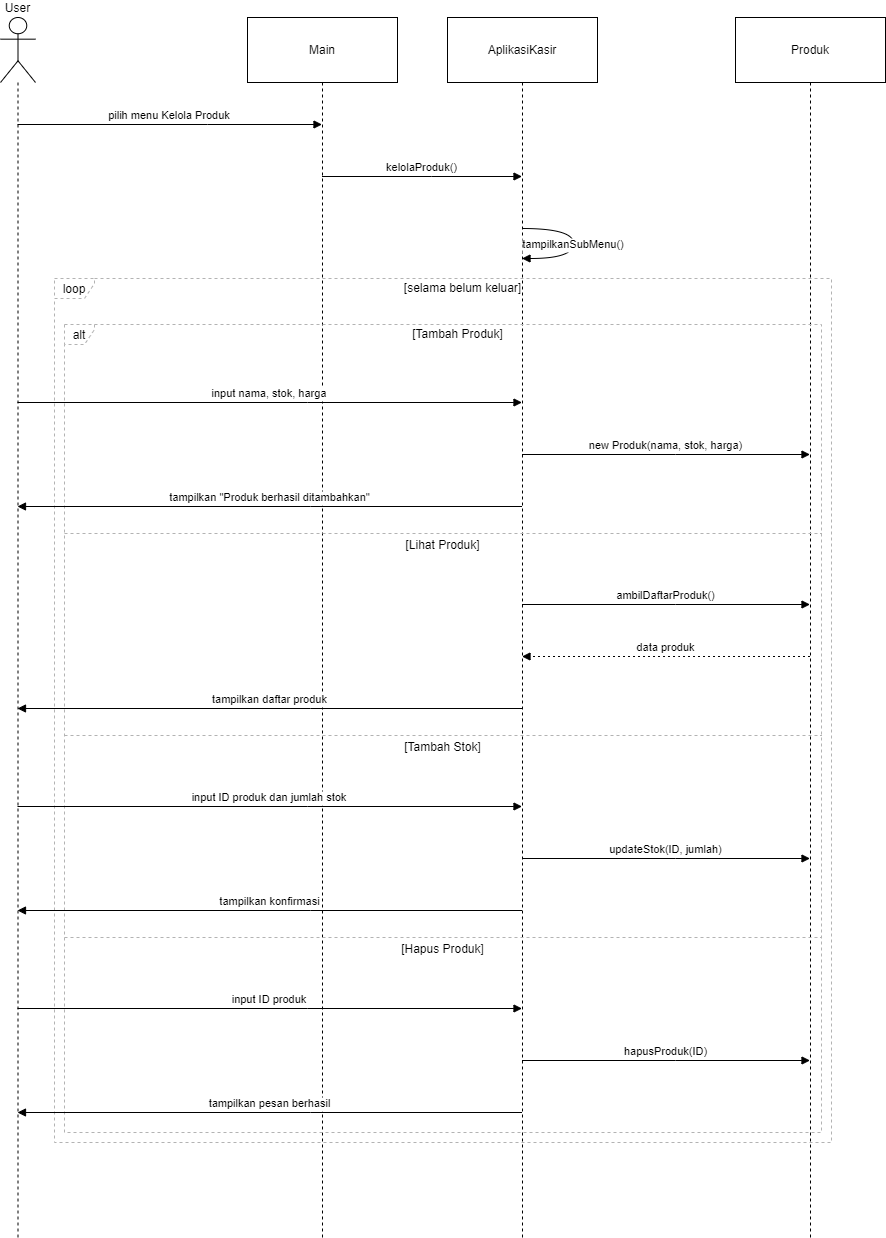
Earlier version of the draw.io export gambar/SequenceDiagramKelolaDataProduk.drawio.png (siskaoktaviani24-alt/2403004_UTS_PBO). Source tidied: cells renumbered, new cells last; positions are measured from the earlier drawing's top-left corner, leaving out a move shared by most shapes.
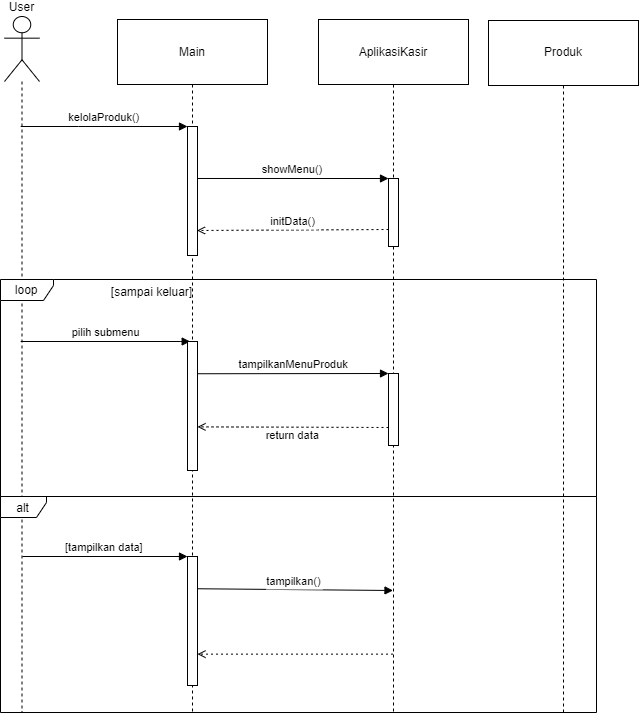
The same file after the commit.

Diff of the diagram source:
```diff
@@ -3,143 +3,97 @@
     <mxCell id="0" />
     <mxCell id="1" parent="0" />
     <mxCell id="2" value="User" style="shape=umlLifeline;perimeter=lifelinePerimeter;whiteSpace=wrap;outlineConnect=0;portConstraint=eastwest;newEdgeStyle={&quot;edgeStyle&quot;:&quot;elbowEdgeStyle&quot;,&quot;elbow&quot;:&quot;vertical&quot;,&quot;curved&quot;:0,&quot;rounded&quot;:0};participant=umlActor;verticalAlign=bottom;labelPosition=center;verticalLabelPosition=top;align=center;size=65;" parent="1" vertex="1">
-      <mxGeometry width="35" height="1220" as="geometry" />
+      <mxGeometry x="133" y="-3" width="35" height="696" as="geometry" />
     </mxCell>
     <mxCell id="3" value="Main" style="shape=umlLifeline;perimeter=lifelinePerimeter;whiteSpace=wrap;outlineConnect=0;portConstraint=eastwest;newEdgeStyle={&quot;edgeStyle&quot;:&quot;elbowEdgeStyle&quot;,&quot;elbow&quot;:&quot;vertical&quot;,&quot;curved&quot;:0,&quot;rounded&quot;:0};size=65;" parent="1" vertex="1">
-      <mxGeometry x="247" width="150" height="1220" as="geometry" />
+      <mxGeometry x="246" width="150" height="694" as="geometry" />
     </mxCell>
     <mxCell id="4" value="AplikasiKasir" style="shape=umlLifeline;perimeter=lifelinePerimeter;whiteSpace=wrap;outlineConnect=0;portConstraint=eastwest;newEdgeStyle={&quot;edgeStyle&quot;:&quot;elbowEdgeStyle&quot;,&quot;elbow&quot;:&quot;vertical&quot;,&quot;curved&quot;:0,&quot;rounded&quot;:0};size=65;" parent="1" vertex="1">
-      <mxGeometry x="447" width="150" height="1220" as="geometry" />
+      <mxGeometry x="447" width="150" height="694" as="geometry" />
     </mxCell>
     <mxCell id="5" value="Produk" style="shape=umlLifeline;perimeter=lifelinePerimeter;whiteSpace=wrap;outlineConnect=0;portConstraint=eastwest;newEdgeStyle={&quot;edgeStyle&quot;:&quot;elbowEdgeStyle&quot;,&quot;elbow&quot;:&quot;vertical&quot;,&quot;curved&quot;:0,&quot;rounded&quot;:0};size=65;" parent="1" vertex="1">
-      <mxGeometry x="735" width="150" height="1220" as="geometry" />
+      <mxGeometry x="617" y="1" width="150" height="693" as="geometry" />
     </mxCell>
-    <mxCell id="6" value="alt" style="shape=umlFrame;dashed=1;strokeColor=#B3B3B3;height=20;width=30;" parent="1" vertex="1">
-      <mxGeometry x="64" y="307" width="757" height="808" as="geometry" />
+    <mxCell id="6" value="alt" style="shape=umlFrame;strokeColor=light-dark(#000000, #535353);height=21;width=46;" parent="1" vertex="1">
+      <mxGeometry x="129" y="477" width="596" height="216" as="geometry" />
     </mxCell>
-    <mxCell id="7" value="[Tambah Produk]" style="text;strokeColor=none;fillColor=none;align=center;verticalAlign=middle;whiteSpace=wrap;" parent="6" vertex="1">
-      <mxGeometry x="30" width="727" height="20" as="geometry" />
-    </mxCell>
-    <mxCell id="8" value="[Lihat Produk]" style="shape=line;dashed=1;whiteSpace=wrap;verticalAlign=top;labelPosition=center;verticalLabelPosition=middle;align=center;strokeColor=#B3B3B3;" parent="6" vertex="1">
-      <mxGeometry y="207" width="757" height="4" as="geometry" />
-    </mxCell>
-    <mxCell id="9" value="[Tambah Stok]" style="shape=line;dashed=1;whiteSpace=wrap;verticalAlign=top;labelPosition=center;verticalLabelPosition=middle;align=center;strokeColor=#B3B3B3;" parent="6" vertex="1">
-      <mxGeometry y="409" width="757" height="4" as="geometry" />
-    </mxCell>
-    <mxCell id="10" value="[Hapus Produk]" style="shape=line;dashed=1;whiteSpace=wrap;verticalAlign=top;labelPosition=center;verticalLabelPosition=middle;align=center;strokeColor=#B3B3B3;" parent="6" vertex="1">
-      <mxGeometry y="611" width="757" height="4" as="geometry" />
-    </mxCell>
-    <mxCell id="11" value="loop" style="shape=umlFrame;dashed=1;strokeColor=#B3B3B3;height=20;width=40;" parent="1" vertex="1">
-      <mxGeometry x="54" y="261" width="777" height="864" as="geometry" />
+    <mxCell id="11" value="loop" style="shape=umlFrame;strokeColor=light-dark(#000000, #535353);height=21;width=53;" parent="1" vertex="1">
+      <mxGeometry x="129" y="260" width="596" height="217" as="geometry" />
     </mxCell>
-    <mxCell id="12" value="[selama belum keluar]" style="text;strokeColor=none;fillColor=none;align=center;verticalAlign=middle;whiteSpace=wrap;" parent="11" vertex="1">
-      <mxGeometry x="40" width="737" height="20" as="geometry" />
+    <mxCell id="12" value="[sampai keluar]" style="text;strokeColor=none;fillColor=none;align=center;verticalAlign=middle;whiteSpace=wrap;" parent="11" vertex="1">
+      <mxGeometry x="108.4" y="10" width="87.4" height="5" as="geometry" />
     </mxCell>
-    <mxCell id="13" value="pilih menu Kelola Produk" style="verticalAlign=bottom;edgeStyle=elbowEdgeStyle;elbow=vertical;curved=0;rounded=0;endArrow=block;" parent="1" edge="1" source="2" target="3">
+    <mxCell id="13" value="kelolaProduk()" style="verticalAlign=bottom;edgeStyle=elbowEdgeStyle;elbow=vertical;curved=0;rounded=0;endArrow=block;entryX=0;entryY=1;entryDx=0;entryDy=0;" parent="1" edge="1" source="2" target="29">
       <mxGeometry relative="1" as="geometry">
         <Array as="points">
           <mxPoint x="207" y="107" />
         </Array>
       </mxGeometry>
     </mxCell>
-    <mxCell id="14" value="kelolaProduk()" style="verticalAlign=bottom;edgeStyle=elbowEdgeStyle;elbow=vertical;curved=0;rounded=0;endArrow=block;" parent="1" edge="1" source="3" target="4">
+    <mxCell id="14" value="showMenu()" style="verticalAlign=bottom;edgeStyle=elbowEdgeStyle;elbow=vertical;curved=0;rounded=0;endArrow=block;exitX=0.403;exitY=-0.044;exitDx=0;exitDy=0;exitPerimeter=0;entryX=0;entryY=1;entryDx=0;entryDy=0;" parent="1" edge="1" source="29" target="30">
       <mxGeometry relative="1" as="geometry">
         <Array as="points">
           <mxPoint x="431" y="159" />
         </Array>
       </mxGeometry>
     </mxCell>
-    <mxCell id="15" value="tampilkanSubMenu()" style="curved=1;endArrow=block;rounded=0;" parent="1" edge="1" source="4" target="4">
-      <mxGeometry relative="1" as="geometry">
-        <Array as="points">
-          <mxPoint x="573" y="211" />
-          <mxPoint x="573" y="241" />
-        </Array>
-      </mxGeometry>
-    </mxCell>
-    <mxCell id="16" value="input nama, stok, harga" style="verticalAlign=bottom;edgeStyle=elbowEdgeStyle;elbow=vertical;curved=0;rounded=0;endArrow=block;" parent="1" edge="1" source="2" target="4">
+    <mxCell id="16" value="pilih submenu" style="verticalAlign=bottom;edgeStyle=elbowEdgeStyle;elbow=vertical;curved=0;rounded=0;endArrow=block;" parent="1" edge="1" source="2">
       <mxGeometry relative="1" as="geometry">
+        <mxPoint x="318.7" y="322" as="targetPoint" />
         <Array as="points">
-          <mxPoint x="307" y="385" />
+          <mxPoint x="308.7" y="322" />
         </Array>
       </mxGeometry>
     </mxCell>
-    <mxCell id="17" value="new Produk(nama, stok, harga)" style="verticalAlign=bottom;edgeStyle=elbowEdgeStyle;elbow=vertical;curved=0;rounded=0;endArrow=block;" parent="1" edge="1" source="4" target="5">
-      <mxGeometry relative="1" as="geometry">
-        <Array as="points">
-          <mxPoint x="675" y="437" />
-        </Array>
-      </mxGeometry>
-    </mxCell>
-    <mxCell id="18" value="tampilkan &quot;Produk berhasil ditambahkan&quot;" style="verticalAlign=bottom;edgeStyle=elbowEdgeStyle;elbow=vertical;curved=0;rounded=0;endArrow=block;" parent="1" edge="1" source="4" target="2">
-      <mxGeometry relative="1" as="geometry">
-        <Array as="points">
-          <mxPoint x="310" y="489" />
-        </Array>
-      </mxGeometry>
-    </mxCell>
-    <mxCell id="19" value="ambilDaftarProduk()" style="verticalAlign=bottom;edgeStyle=elbowEdgeStyle;elbow=vertical;curved=0;rounded=0;endArrow=block;" parent="1" edge="1" source="4" target="5">
-      <mxGeometry relative="1" as="geometry">
-        <Array as="points">
-          <mxPoint x="675" y="587" />
-        </Array>
-      </mxGeometry>
-    </mxCell>
-    <mxCell id="20" value="data produk" style="verticalAlign=bottom;edgeStyle=elbowEdgeStyle;elbow=vertical;curved=0;rounded=0;dashed=1;dashPattern=2 3;endArrow=block;" parent="1" edge="1" source="5" target="4">
-      <mxGeometry relative="1" as="geometry">
-        <Array as="points">
-          <mxPoint x="678" y="639" />
-        </Array>
-      </mxGeometry>
-    </mxCell>
-    <mxCell id="21" value="tampilkan daftar produk" style="verticalAlign=bottom;edgeStyle=elbowEdgeStyle;elbow=vertical;curved=0;rounded=0;endArrow=block;" parent="1" edge="1" source="4" target="2">
-      <mxGeometry relative="1" as="geometry">
-        <Array as="points">
-          <mxPoint x="310" y="691" />
-        </Array>
-      </mxGeometry>
-    </mxCell>
-    <mxCell id="22" value="input ID produk dan jumlah stok" style="verticalAlign=bottom;edgeStyle=elbowEdgeStyle;elbow=vertical;curved=0;rounded=0;endArrow=block;" parent="1" edge="1" source="2" target="4">
-      <mxGeometry relative="1" as="geometry">
-        <Array as="points">
-          <mxPoint x="307" y="789" />
-        </Array>
-      </mxGeometry>
-    </mxCell>
-    <mxCell id="23" value="updateStok(ID, jumlah)" style="verticalAlign=bottom;edgeStyle=elbowEdgeStyle;elbow=vertical;curved=0;rounded=0;endArrow=block;" parent="1" edge="1" source="4" target="5">
-      <mxGeometry relative="1" as="geometry">
-        <Array as="points">
-          <mxPoint x="675" y="841" />
-        </Array>
-      </mxGeometry>
-    </mxCell>
-    <mxCell id="24" value="tampilkan konfirmasi" style="verticalAlign=bottom;edgeStyle=elbowEdgeStyle;elbow=vertical;curved=0;rounded=0;endArrow=block;" parent="1" edge="1" source="4" target="2">
-      <mxGeometry relative="1" as="geometry">
-        <Array as="points">
-          <mxPoint x="310" y="893" />
-        </Array>
-      </mxGeometry>
-    </mxCell>
-    <mxCell id="25" value="input ID produk" style="verticalAlign=bottom;edgeStyle=elbowEdgeStyle;elbow=vertical;curved=0;rounded=0;endArrow=block;" parent="1" edge="1" source="2" target="4">
-      <mxGeometry relative="1" as="geometry">
-        <Array as="points">
-          <mxPoint x="307" y="991" />
-        </Array>
-      </mxGeometry>
-    </mxCell>
-    <mxCell id="26" value="hapusProduk(ID)" style="verticalAlign=bottom;edgeStyle=elbowEdgeStyle;elbow=vertical;curved=0;rounded=0;endArrow=block;" parent="1" edge="1" source="4" target="5">
-      <mxGeometry relative="1" as="geometry">
-        <Array as="points">
-          <mxPoint x="675" y="1043" />
-        </Array>
-      </mxGeometry>
-    </mxCell>
-    <mxCell id="27" value="tampilkan pesan berhasil" style="verticalAlign=bottom;edgeStyle=elbowEdgeStyle;elbow=vertical;curved=0;rounded=0;endArrow=block;" parent="1" edge="1" source="4" target="2">
-      <mxGeometry relative="1" as="geometry">
-        <Array as="points">
-          <mxPoint x="310" y="1095" />
-        </Array>
-      </mxGeometry>
-    </mxCell>
+    <mxCell id="28" value="initData()" style="verticalAlign=bottom;edgeStyle=elbowEdgeStyle;elbow=vertical;curved=0;rounded=0;dashed=1;dashPattern=2 3;endArrow=open;entryX=0.807;entryY=0.046;entryDx=0;entryDy=0;entryPerimeter=0;exitX=0.75;exitY=1;exitDx=0;exitDy=0;endFill=0;" parent="1" edge="1" source="30" target="29">
+      <mxGeometry relative="1" as="geometry">
+        <Array as="points">
+          <mxPoint x="479" y="211" />
+        </Array>
+      </mxGeometry>
+    </mxCell>
+    <mxCell id="29" style="rounded=0;whiteSpace=wrap;html=1;direction=south;" parent="1" vertex="1">
+      <mxGeometry x="316" y="107" width="10" height="129" as="geometry" />
+    </mxCell>
+    <mxCell id="30" style="rounded=0;whiteSpace=wrap;html=1;direction=south;" parent="1" vertex="1">
+      <mxGeometry x="517" y="159" width="10" height="68" as="geometry" />
+    </mxCell>
+    <mxCell id="31" style="rounded=0;whiteSpace=wrap;html=1;direction=south;" parent="1" vertex="1">
+      <mxGeometry x="316" y="322" width="10" height="129" as="geometry" />
+    </mxCell>
+    <mxCell id="32" value="tampilkanMenuProduk" style="verticalAlign=bottom;edgeStyle=elbowEdgeStyle;elbow=vertical;curved=0;rounded=0;endArrow=block;exitX=0.25;exitY=0;exitDx=0;exitDy=0;entryX=0;entryY=1;entryDx=0;entryDy=0;" parent="1" edge="1" source="31" target="34">
+      <mxGeometry relative="1" as="geometry">
+        <Array as="points">
+          <mxPoint x="495.7" y="354" />
+        </Array>
+      </mxGeometry>
+    </mxCell>
+    <mxCell id="33" value="return data" style="verticalAlign=bottom;edgeStyle=elbowEdgeStyle;elbow=vertical;curved=0;rounded=0;dashed=1;dashPattern=2 3;endArrow=open;entryX=0.667;entryY=0;entryDx=0;entryDy=0;entryPerimeter=0;endFill=0;exitX=0.75;exitY=1;exitDx=0;exitDy=0;" parent="1" edge="1" source="34" target="31">
+      <mxGeometry x="-0.01" y="18" relative="1" as="geometry" />
+    </mxCell>
+    <mxCell id="34" style="rounded=0;whiteSpace=wrap;html=1;direction=south;" parent="1" vertex="1">
+      <mxGeometry x="517" y="354" width="10" height="72" as="geometry" />
+    </mxCell>
+    <mxCell id="35" value="[tampilkan data]" style="verticalAlign=bottom;edgeStyle=elbowEdgeStyle;elbow=vertical;curved=0;rounded=0;endArrow=block;entryX=0;entryY=1;entryDx=0;entryDy=0;" parent="1" edge="1" target="38">
+      <mxGeometry relative="1" as="geometry">
+        <mxPoint x="151" y="537" as="sourcePoint" />
+        <Array as="points">
+          <mxPoint x="309.7" y="537" />
+        </Array>
+      </mxGeometry>
+    </mxCell>
+    <mxCell id="36" value="tampilkan()" style="verticalAlign=bottom;edgeStyle=elbowEdgeStyle;elbow=vertical;curved=0;rounded=0;endArrow=block;exitX=0.25;exitY=0;exitDx=0;exitDy=0;" parent="1" edge="1" source="38" target="4">
+      <mxGeometry relative="1" as="geometry">
+        <Array as="points">
+          <mxPoint x="497.7" y="571" />
+        </Array>
+      </mxGeometry>
+    </mxCell>
+    <mxCell id="37" style="verticalAlign=bottom;edgeStyle=elbowEdgeStyle;elbow=vertical;curved=0;rounded=0;dashed=1;dashPattern=2 3;endArrow=open;entryX=0.75;entryY=0;entryDx=0;entryDy=0;endFill=0;" parent="1" edge="1" source="4" target="38">
+      <mxGeometry x="-0.01" y="18" relative="1" as="geometry" />
+    </mxCell>
+    <mxCell id="38" style="rounded=0;whiteSpace=wrap;html=1;direction=south;" parent="1" vertex="1">
+      <mxGeometry x="316" y="537" width="10" height="129" as="geometry" />
+    </mxCell>
   </root>
 </mxGraphModel>
```
